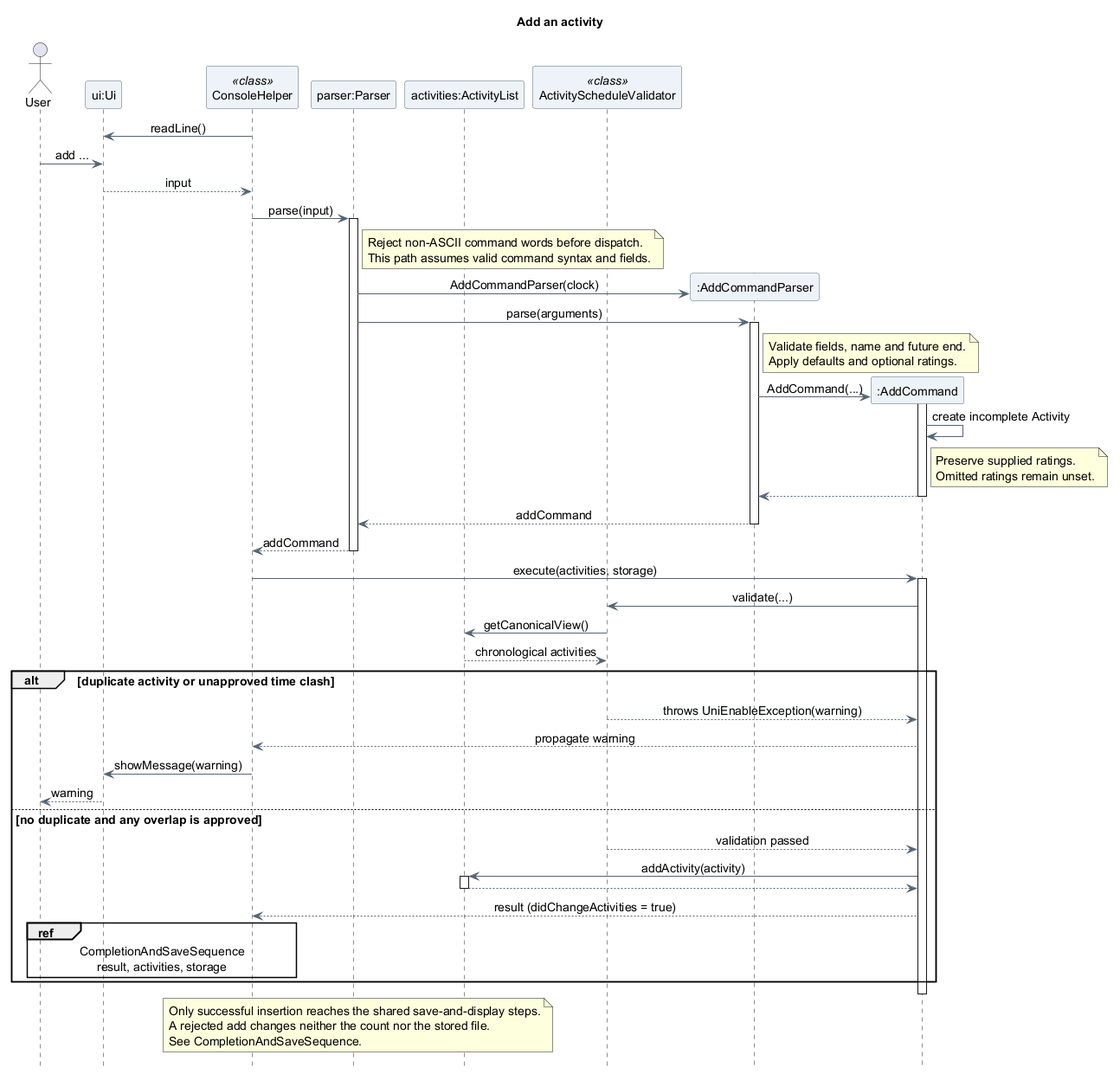
Earlier version of the PlantUML export docs/images/atharva/sequence/AddActivitySequence.png (AY2627S1-CS2113-T10-4/tp).
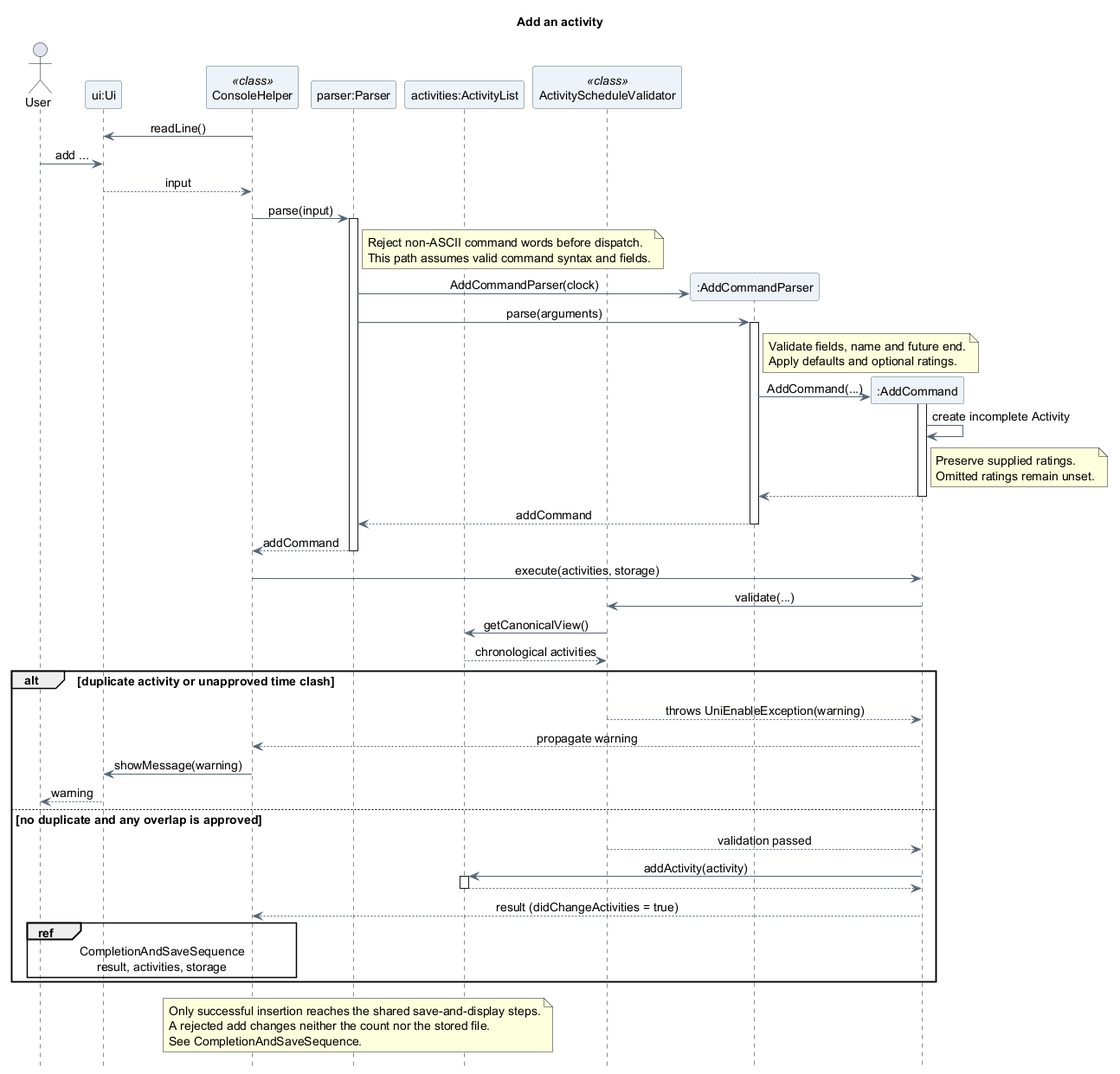
After the change.

The edit, as a diff of the source:
```diff
@@ -51,7 +51,6 @@
 deactivate Parser
 
 Console -> Add : execute(activities, storage)
-activate Add
 Add -> Schedule : validate(...)
 Schedule -> Activities : getCanonicalView()
 Activities --> Schedule : chronological activities
@@ -72,7 +71,6 @@
   result, activities, storage
 end ref
 end
-deactivate Add
 note over Console, Activities
   Only successful insertion reaches the shared save-and-display steps.
   A rejected add changes neither the count nor the stored file.
```
